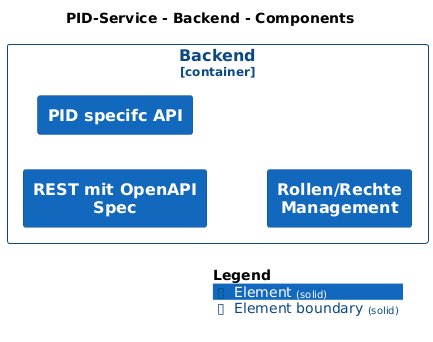
This is master/png/Component-003.png from bingert/PID-System-C4-Model, a PlantUML export, as it was before one commit.
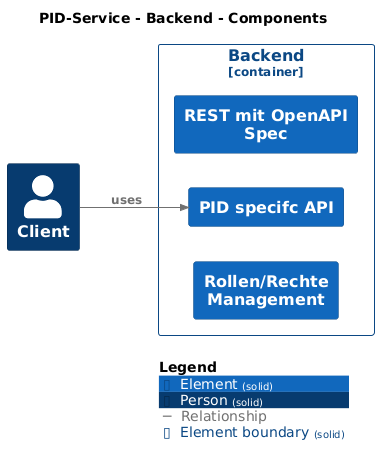
After the commit.

Change to the diagram source:
```diff
@@ -9,8 +9,13 @@
 !include <C4/C4_Component>
 
 AddElementTag("Element", $bgColor="#1168bd", $borderColor="#0b4884", $fontColor="#ffffff", $sprite="", $shadowing="", $borderStyle="solid")
+AddElementTag("Person", $bgColor="#073b6f", $borderColor="#04294d", $fontColor="#ffffff", $sprite="", $shadowing="", $borderStyle="solid")
+
+AddRelTag("Relationship", $textColor="#707070", $lineColor="#707070", $lineStyle = "")
 
 AddBoundaryTag("Element", $bgColor="#ffffff", $borderColor="#0b4884", $fontColor="#0b4884", $shadowing="", $borderStyle="solid")
+
+Person(Client, "Client", $descr="", $tags="Person", $link="")
 
 Container_Boundary("PIDService.Backend_boundary", "Backend", $tags="Element") {
   Component(PIDService.Backend.RESTmitOpenAPISpec, "REST mit OpenAPI Spec", $techn="", $descr="", $tags="Element", $link="")
@@ -18,6 +23,7 @@
   Component(PIDService.Backend.RollenRechteManagement, "Rollen/Rechte Management", $techn="", $descr="", $tags="Element", $link="")
 }
 
+Rel(Client, PIDService.Backend.PIDspecifcAPI, "uses", $techn="", $tags="Relationship", $link="")
 
 SHOW_LEGEND(true)
 @enduml
```
